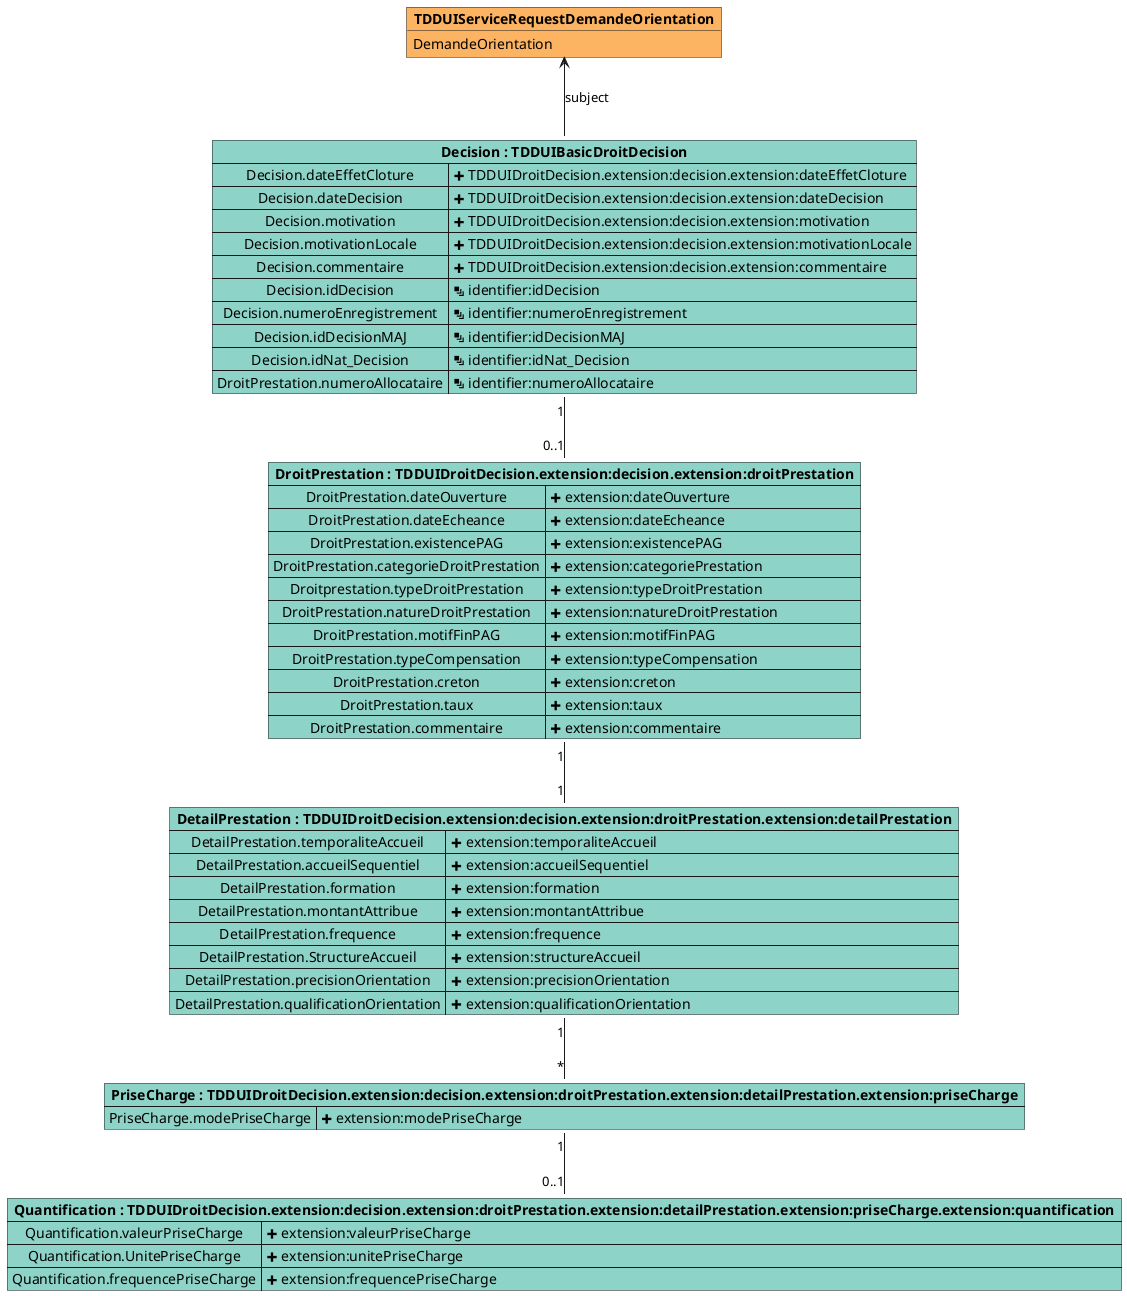
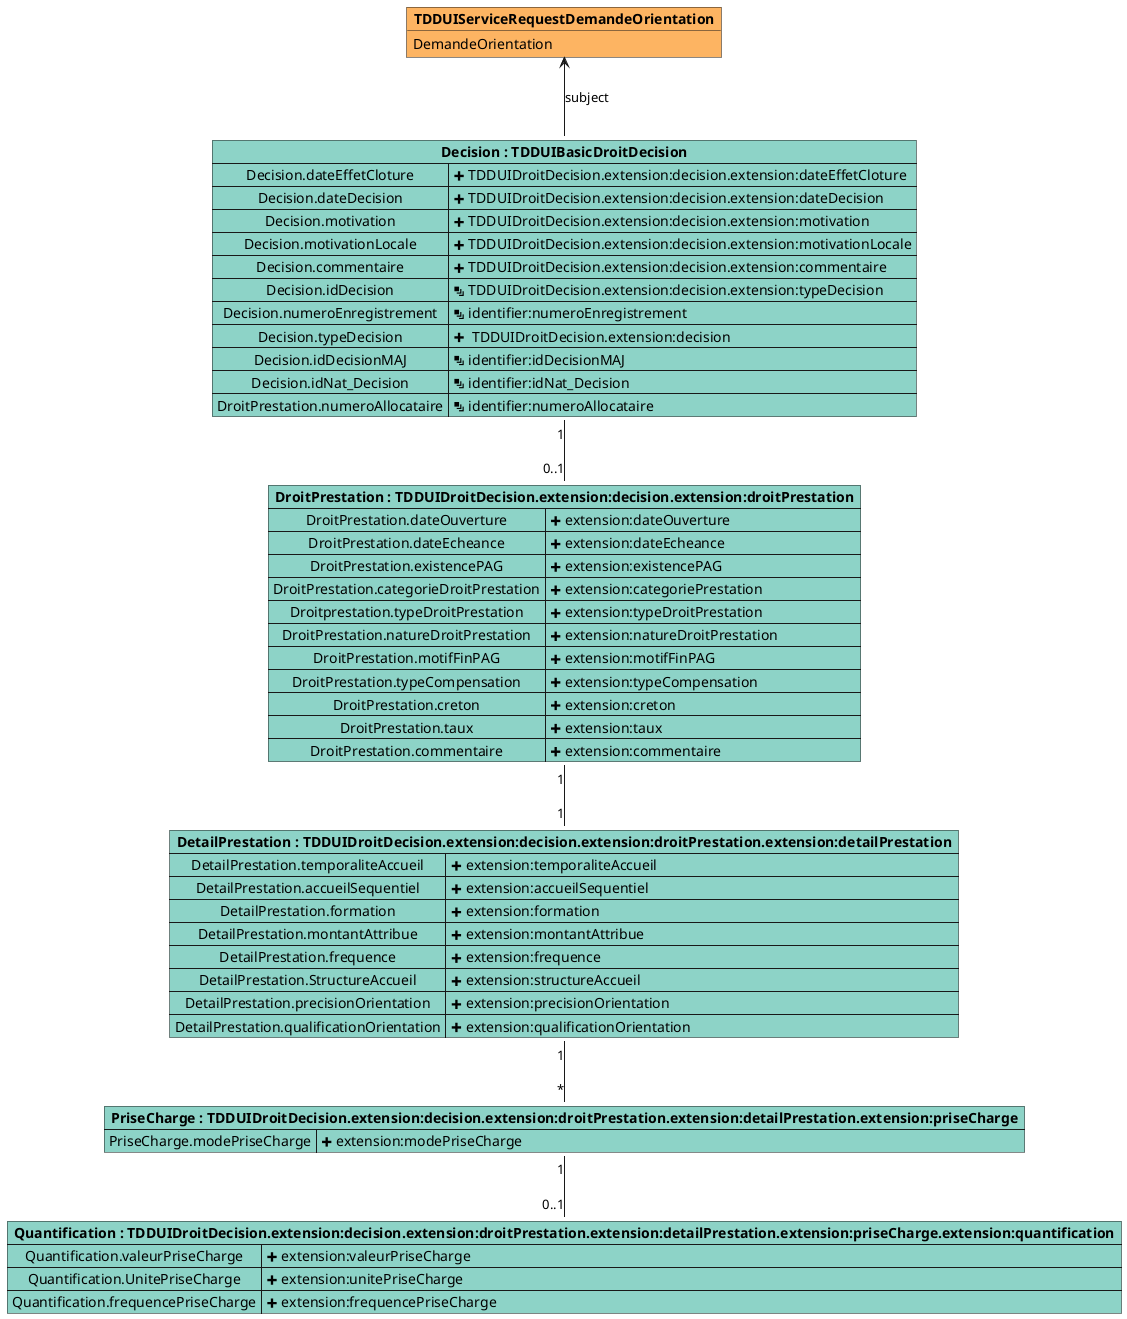
@startuml

object "**TDDUIServiceRequestDemandeOrientation**" as DemandeOrientation #fdb462 {
    DemandeOrientation
}

map "**Decision : TDDUIBasicDroitDecision**" as Decision #8dd3c7 {
    Decision.dateEffetCloture => <&plus> TDDUIDroitDecision.extension:decision.extension:dateEffetCloture
    Decision.dateDecision => <&plus> TDDUIDroitDecision.extension:decision.extension:dateDecision
    Decision.motivation => <&plus> TDDUIDroitDecision.extension:decision.extension:motivation
    Decision.motivationLocale => <&plus> TDDUIDroitDecision.extension:decision.extension:motivationLocale
    Decision.commentaire => <&plus> TDDUIDroitDecision.extension:decision.extension:commentaire
-     Decision.idDecision => <&layers> identifier:idDecision
+     Decision.idDecision => <&layers> TDDUIDroitDecision.extension:decision.extension:typeDecision
    Decision.numeroEnregistrement => <&layers> identifier:numeroEnregistrement
+     Decision.typeDecision => <&plus>  TDDUIDroitDecision.extension:decision
    Decision.idDecisionMAJ => <&layers> identifier:idDecisionMAJ
    Decision.idNat_Decision => <&layers> identifier:idNat_Decision
    DroitPrestation.numeroAllocataire => <&layers> identifier:numeroAllocataire
    }

map "**DroitPrestation : TDDUIDroitDecision.extension:decision.extension:droitPrestation**" as DroitPrestation #8dd3c7 {

    DroitPrestation.dateOuverture => <&plus> extension:dateOuverture
    DroitPrestation.dateEcheance => <&plus> extension:dateEcheance
    DroitPrestation.existencePAG => <&plus> extension:existencePAG
    DroitPrestation.categorieDroitPrestation => <&plus> extension:categoriePrestation
    Droitprestation.typeDroitPrestation => <&plus> extension:typeDroitPrestation
    DroitPrestation.natureDroitPrestation => <&plus> extension:natureDroitPrestation
    DroitPrestation.motifFinPAG => <&plus> extension:motifFinPAG
    DroitPrestation.typeCompensation => <&plus> extension:typeCompensation
    DroitPrestation.creton => <&plus> extension:creton
    DroitPrestation.taux => <&plus> extension:taux
    DroitPrestation.commentaire => <&plus> extension:commentaire
}

map "**DetailPrestation : TDDUIDroitDecision.extension:decision.extension:droitPrestation.extension:detailPrestation**" as DetailPrestation #8dd3c7 {
    DetailPrestation.temporaliteAccueil => <&plus> extension:temporaliteAccueil
    DetailPrestation.accueilSequentiel => <&plus> extension:accueilSequentiel
    DetailPrestation.formation => <&plus> extension:formation
    DetailPrestation.montantAttribue => <&plus> extension:montantAttribue
    DetailPrestation.frequence => <&plus> extension:frequence
    DetailPrestation.StructureAccueil => <&plus> extension:structureAccueil
    DetailPrestation.precisionOrientation => <&plus> extension:precisionOrientation
    DetailPrestation.qualificationOrientation => <&plus> extension:qualificationOrientation
}

map "**PriseCharge : TDDUIDroitDecision.extension:decision.extension:droitPrestation.extension:detailPrestation.extension:priseCharge**" as PriseCharge #8dd3c7 {
    PriseCharge.modePriseCharge => <&plus> extension:modePriseCharge
}
map "**Quantification : TDDUIDroitDecision.extension:decision.extension:droitPrestation.extension:detailPrestation.extension:priseCharge.extension:quantification**" as Quantification #8dd3c7 {
    Quantification.valeurPriseCharge => <&plus> extension:valeurPriseCharge
    Quantification.UnitePriseCharge => <&plus> extension:unitePriseCharge
    Quantification.frequencePriseCharge => <&plus> extension:frequencePriseCharge

}

Decision -u-> DemandeOrientation : subject
Decision "1" -d- "0..1" DroitPrestation
DroitPrestation "1" -d- "1" DetailPrestation
DetailPrestation "1" -d- "*" PriseCharge
PriseCharge "1" -d- "0..1" Quantification


@enduml